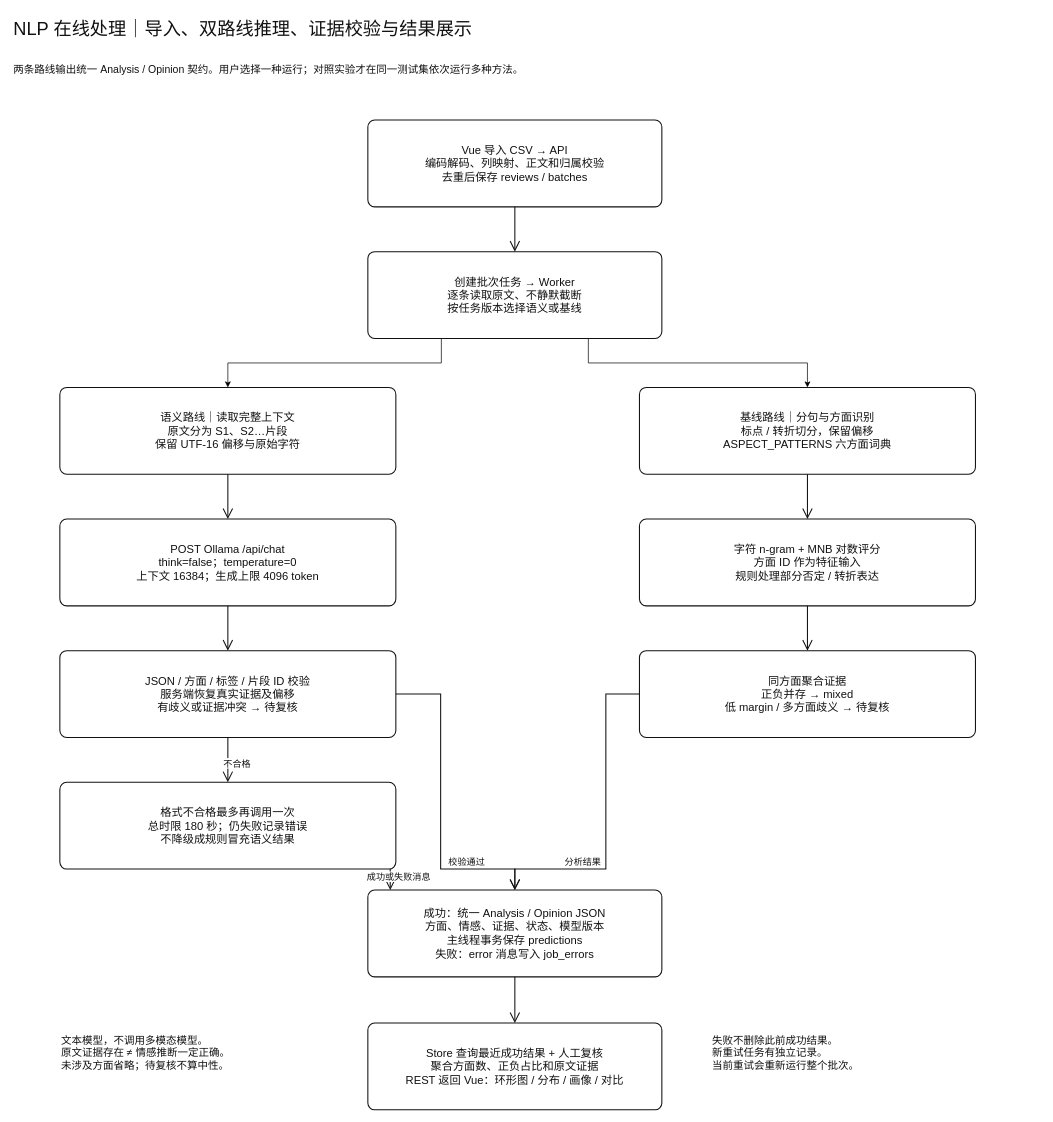
Before: page "01 NLP 在线分析流程" (1 of 3) of ear-review/docs/架构图/NLP核心功能与双模型流程.drawio in Tindra-Wang/ear-review, a draw.io diagram. Source tidied: cells renumbered, new cells numbered last; positions are measured from the earlier drawing's top-left corner, leaving out a move shared by most shapes. Both pictures are drawn from the tidied source at 70%, with x=0, y=0 at pixel (12, 12).
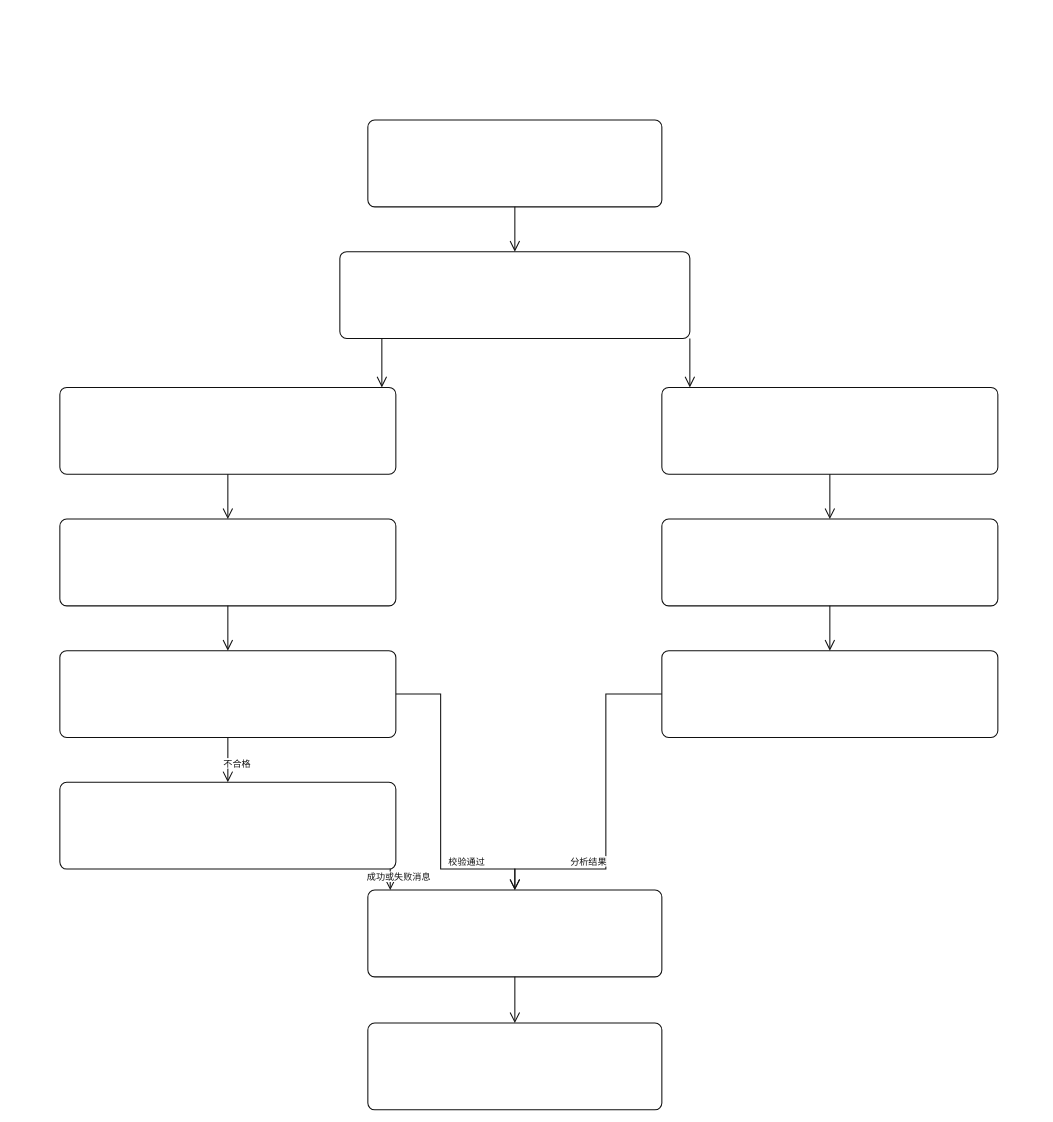
The same page after the edit.

What changed in the source:
```diff
@@
-    <mxCell id="2" value="NLP 在线处理｜导入、双路线推理、证据校验与结果展示" style="text;html=1;whiteSpace=wrap;labelBackgroundColor=none;fillColor=none;strokeColor=none;strokeWidth=0;fontColor=#111111;fontSize=26;fontFamily=Microsoft YaHei;align=left;verticalAlign=middle;" parent="1" vertex="1">
+    <mxCell id="2" style="text;html=1;whiteSpace=wrap;labelBackgroundColor=none;fillColor=none;strokeColor=none;strokeWidth=0;fontColor=#111111;fontSize=26;fontFamily=Microsoft YaHei;align=left;verticalAlign=middle;" parent="1" vertex="1">
       <mxGeometry width="1470" height="48" as="geometry" />
     </mxCell>
-    <mxCell id="3" value="两条路线输出统一 Analysis / Opinion 契约。用户选择一种运行；对照实验才在同一测试集依次运行多种方法。" style="text;html=1;whiteSpace=wrap;labelBackgroundColor=none;fillColor=none;strokeColor=none;strokeWidth=0;fontColor=#111111;fontSize=15;fontFamily=Microsoft YaHei;align=left;verticalAlign=middle;" parent="1" vertex="1">
+    <mxCell id="3" style="text;html=1;whiteSpace=wrap;labelBackgroundColor=none;fillColor=none;strokeColor=none;strokeWidth=0;fontColor=#111111;fontSize=15;fontFamily=Microsoft YaHei;align=left;verticalAlign=middle;" parent="1" vertex="1">
       <mxGeometry y="56" width="1470" height="50" as="geometry" />
     </mxCell>
-    <mxCell id="4" value="Vue 导入 CSV → API&lt;br&gt;编码解码、列映射、正文和归属校验&lt;br&gt;去重后保存 reviews / batches" style="rounded=1;arcSize=8;html=1;whiteSpace=wrap;fillColor=#ffffff;strokeColor=#111111;strokeWidth=1.5;fontColor=#111111;fontSize=16;fontFamily=Microsoft YaHei;verticalAlign=middle;align=center;" parent="1" vertex="1">
+    <mxCell id="4" style="rounded=1;arcSize=8;html=1;whiteSpace=wrap;fillColor=#ffffff;strokeColor=#111111;strokeWidth=1.5;fontColor=#111111;fontSize=16;fontFamily=Microsoft YaHei;verticalAlign=middle;align=center;" parent="1" vertex="1">
       <mxGeometry x="508" y="154" width="420" height="124" as="geometry" />
     </mxCell>
-    <mxCell id="5" style="edgeStyle=orthogonalEdgeStyle;rounded=0;jettySize=auto;html=1;exitX=0.75;exitY=1;exitDx=0;exitDy=0;" parent="1" edge="1" source="7" target="9">
-      <mxGeometry relative="1" as="geometry" />
-    </mxCell>
-    <mxCell id="6" style="edgeStyle=orthogonalEdgeStyle;rounded=0;jettySize=auto;html=1;exitX=0.25;exitY=1;exitDx=0;exitDy=0;entryX=0.5;entryY=0;entryDx=0;entryDy=0;" parent="1" edge="1" source="7" target="8">
-      <mxGeometry relative="1" as="geometry" />
-    </mxCell>
-    <mxCell id="7" value="创建批次任务 → Worker&lt;br&gt;逐条读取原文、不静默截断&lt;br&gt;按任务版本选择语义或基线" style="rounded=1;arcSize=8;html=1;whiteSpace=wrap;fillColor=#ffffff;strokeColor=#111111;strokeWidth=1.5;fontColor=#111111;fontSize=16;fontFamily=Microsoft YaHei;verticalAlign=middle;align=center;" parent="1" vertex="1">
-      <mxGeometry x="508" y="342" width="420" height="124" as="geometry" />
+    <mxCell id="7" style="rounded=1;arcSize=8;html=1;whiteSpace=wrap;fillColor=#ffffff;strokeColor=#111111;strokeWidth=1.5;fontColor=#111111;fontSize=16;fontFamily=Microsoft YaHei;verticalAlign=middle;align=center;" parent="1" vertex="1">
+      <mxGeometry x="468" y="342" width="500" height="124" as="geometry" />
     </mxCell>
-    <mxCell id="8" value="语义路线｜读取完整上下文&lt;br&gt;原文分为 S1、S2…片段&lt;br&gt;保留 UTF-16 偏移与原始字符" style="rounded=1;arcSize=8;html=1;whiteSpace=wrap;fillColor=#ffffff;strokeColor=#111111;strokeWidth=1.5;fontColor=#111111;fontSize=16;fontFamily=Microsoft YaHei;verticalAlign=middle;align=center;" parent="1" vertex="1">
+    <mxCell id="8" style="rounded=1;arcSize=8;html=1;whiteSpace=wrap;fillColor=#ffffff;strokeColor=#111111;strokeWidth=1.5;fontColor=#111111;fontSize=16;fontFamily=Microsoft YaHei;verticalAlign=middle;align=center;" parent="1" vertex="1">
       <mxGeometry x="68" y="536" width="480" height="124" as="geometry" />
     </mxCell>
-    <mxCell id="9" value="基线路线｜分句与方面识别&lt;br&gt;标点 / 转折切分，保留偏移&lt;br&gt;ASPECT_PATTERNS 六方面词典" style="rounded=1;arcSize=8;html=1;whiteSpace=wrap;fillColor=#ffffff;strokeColor=#111111;strokeWidth=1.5;fontColor=#111111;fontSize=16;fontFamily=Microsoft YaHei;verticalAlign=middle;align=center;" parent="1" vertex="1">
-      <mxGeometry x="896" y="536" width="480" height="124" as="geometry" />
+    <mxCell id="9" style="rounded=1;arcSize=8;html=1;whiteSpace=wrap;fillColor=#ffffff;strokeColor=#111111;strokeWidth=1.5;fontColor=#111111;fontSize=16;fontFamily=Microsoft YaHei;verticalAlign=middle;align=center;" parent="1" vertex="1">
+      <mxGeometry x="928" y="536" width="480" height="124" as="geometry" />
     </mxCell>
-    <mxCell id="10" value="POST Ollama /api/chat&lt;br&gt;think=false；temperature=0&lt;br&gt;上下文 16384；生成上限 4096 token" style="rounded=1;arcSize=8;html=1;whiteSpace=wrap;fillColor=#ffffff;strokeColor=#111111;strokeWidth=1.5;fontColor=#111111;fontSize=16;fontFamily=Microsoft YaHei;verticalAlign=middle;align=center;" parent="1" vertex="1">
+    <mxCell id="10" style="rounded=1;arcSize=8;html=1;whiteSpace=wrap;fillColor=#ffffff;strokeColor=#111111;strokeWidth=1.5;fontColor=#111111;fontSize=16;fontFamily=Microsoft YaHei;verticalAlign=middle;align=center;" parent="1" vertex="1">
       <mxGeometry x="68" y="724" width="480" height="124" as="geometry" />
     </mxCell>
-    <mxCell id="11" value="字符 n-gram + MNB 对数评分&lt;br&gt;方面 ID 作为特征输入&lt;br&gt;规则处理部分否定 / 转折表达" style="rounded=1;arcSize=8;html=1;whiteSpace=wrap;fillColor=#ffffff;strokeColor=#111111;strokeWidth=1.5;fontColor=#111111;fontSize=16;fontFamily=Microsoft YaHei;verticalAlign=middle;align=center;" parent="1" vertex="1">
-      <mxGeometry x="896" y="724" width="480" height="124" as="geometry" />
+    <mxCell id="11" style="rounded=1;arcSize=8;html=1;whiteSpace=wrap;fillColor=#ffffff;strokeColor=#111111;strokeWidth=1.5;fontColor=#111111;fontSize=16;fontFamily=Microsoft YaHei;verticalAlign=middle;align=center;" parent="1" vertex="1">
+      <mxGeometry x="928" y="724" width="480" height="124" as="geometry" />
     </mxCell>
-    <mxCell id="12" value="JSON / 方面 / 标签 / 片段 ID 校验&lt;br&gt;服务端恢复真实证据及偏移&lt;br&gt;有歧义或证据冲突 → 待复核" style="rounded=1;arcSize=8;html=1;whiteSpace=wrap;fillColor=#ffffff;strokeColor=#111111;strokeWidth=1.5;fontColor=#111111;fontSize=16;fontFamily=Microsoft YaHei;verticalAlign=middle;align=center;" parent="1" vertex="1">
+    <mxCell id="12" style="rounded=1;arcSize=8;html=1;whiteSpace=wrap;fillColor=#ffffff;strokeColor=#111111;strokeWidth=1.5;fontColor=#111111;fontSize=16;fontFamily=Microsoft YaHei;verticalAlign=middle;align=center;" parent="1" vertex="1">
       <mxGeometry x="68" y="912" width="480" height="124" as="geometry" />
     </mxCell>
-    <mxCell id="13" value="同方面聚合证据&lt;br&gt;正负并存 → mixed&lt;br&gt;低 margin / 多方面歧义 → 待复核" style="rounded=1;arcSize=8;html=1;whiteSpace=wrap;fillColor=#ffffff;strokeColor=#111111;strokeWidth=1.5;fontColor=#111111;fontSize=16;fontFamily=Microsoft YaHei;verticalAlign=middle;align=center;" parent="1" vertex="1">
-      <mxGeometry x="896" y="912" width="480" height="124" as="geometry" />
+    <mxCell id="13" style="rounded=1;arcSize=8;html=1;whiteSpace=wrap;fillColor=#ffffff;strokeColor=#111111;strokeWidth=1.5;fontColor=#111111;fontSize=16;fontFamily=Microsoft YaHei;verticalAlign=middle;align=center;" parent="1" vertex="1">
+      <mxGeometry x="928" y="912" width="480" height="124" as="geometry" />
     </mxCell>
-    <mxCell id="14" value="格式不合格最多再调用一次&lt;br&gt;总时限 180 秒；仍失败记录错误&lt;br&gt;不降级成规则冒充语义结果" style="rounded=1;arcSize=8;html=1;whiteSpace=wrap;fillColor=#ffffff;strokeColor=#111111;strokeWidth=1.5;fontColor=#111111;fontSize=16;fontFamily=Microsoft YaHei;verticalAlign=middle;align=center;" parent="1" vertex="1">
+    <mxCell id="14" style="rounded=1;arcSize=8;html=1;whiteSpace=wrap;fillColor=#ffffff;strokeColor=#111111;strokeWidth=1.5;fontColor=#111111;fontSize=16;fontFamily=Microsoft YaHei;verticalAlign=middle;align=center;" parent="1" vertex="1">
       <mxGeometry x="68" y="1100" width="480" height="124" as="geometry" />
     </mxCell>
-    <mxCell id="15" value="成功：统一 Analysis / Opinion JSON&lt;br&gt;方面、情感、证据、状态、模型版本&lt;br&gt;主线程事务保存 predictions&lt;br&gt;失败：error 消息写入 job_errors" style="rounded=1;arcSize=8;html=1;whiteSpace=wrap;fillColor=#ffffff;strokeColor=#111111;strokeWidth=1.5;fontColor=#111111;fontSize=16;fontFamily=Microsoft YaHei;verticalAlign=middle;align=center;" parent="1" vertex="1">
+    <mxCell id="15" style="rounded=1;arcSize=8;html=1;whiteSpace=wrap;fillColor=#ffffff;strokeColor=#111111;strokeWidth=1.5;fontColor=#111111;fontSize=16;fontFamily=Microsoft YaHei;verticalAlign=middle;align=center;" parent="1" vertex="1">
       <mxGeometry x="508" y="1254" width="420" height="124" as="geometry" />
     </mxCell>
-    <mxCell id="16" value="Store 查询最近成功结果 + 人工复核&lt;br&gt;聚合方面数、正负占比和原文证据&lt;br&gt;REST 返回 Vue：环形图 / 分布 / 画像 / 对比" style="rounded=1;arcSize=8;html=1;whiteSpace=wrap;fillColor=#ffffff;strokeColor=#111111;strokeWidth=1.5;fontColor=#111111;fontSize=16;fontFamily=Microsoft YaHei;verticalAlign=middle;align=center;" parent="1" vertex="1">
+    <mxCell id="16" style="rounded=1;arcSize=8;html=1;whiteSpace=wrap;fillColor=#ffffff;strokeColor=#111111;strokeWidth=1.5;fontColor=#111111;fontSize=16;fontFamily=Microsoft YaHei;verticalAlign=middle;align=center;" parent="1" vertex="1">
       <mxGeometry x="508" y="1444" width="420" height="124" as="geometry" />
     </mxCell>
-    <mxCell id="17" value="文本模型，不调用多模态模型。&lt;br&gt;原文证据存在 ≠ 情感推断一定正确。&lt;br&gt;未涉及方面省略；待复核不算中性。" style="text;html=1;whiteSpace=wrap;labelBackgroundColor=none;fillColor=none;strokeColor=none;strokeWidth=0;fontColor=#111111;fontSize=15;fontFamily=Microsoft YaHei;align=left;verticalAlign=middle;" parent="1" vertex="1">
+    <mxCell id="17" style="text;html=1;whiteSpace=wrap;labelBackgroundColor=none;fillColor=none;strokeColor=none;strokeWidth=0;fontColor=#111111;fontSize=15;fontFamily=Microsoft YaHei;align=left;verticalAlign=middle;" parent="1" vertex="1">
       <mxGeometry x="68" y="1424" width="380" height="124" as="geometry" />
     </mxCell>
-    <mxCell id="18" value="失败不删除此前成功结果。&lt;br&gt;新重试任务有独立记录。&lt;br&gt;当前重试会重新运行整个批次。" style="text;html=1;whiteSpace=wrap;labelBackgroundColor=none;fillColor=none;strokeColor=none;strokeWidth=0;fontColor=#111111;fontSize=15;fontFamily=Microsoft YaHei;align=left;verticalAlign=middle;" parent="1" vertex="1">
+    <mxCell id="18" style="text;html=1;whiteSpace=wrap;labelBackgroundColor=none;fillColor=none;strokeColor=none;strokeWidth=0;fontColor=#111111;fontSize=15;fontFamily=Microsoft YaHei;align=left;verticalAlign=middle;" parent="1" vertex="1">
       <mxGeometry x="998" y="1424" width="410" height="124" as="geometry" />
     </mxCell>
@@
+    <mxCell id="6" style="edgeStyle=orthogonalEdgeStyle;rounded=0;jettySize=auto;html=1;strokeColor=#111111;strokeWidth=1.5;endArrow=open;endFill=0;endSize=12;exitX=0.12;exitY=1;exitDx=0;exitDy=0;entryX=0.9583333333333334;entryY=0;entryDx=0;entryDy=0;jumpStyle=arc;jumpSize=8;" parent="1" edge="1" source="7" target="8">
+      <mxGeometry relative="1" as="geometry" />
+    </mxCell>
+    <mxCell id="5" style="edgeStyle=orthogonalEdgeStyle;rounded=0;jettySize=auto;html=1;strokeColor=#111111;strokeWidth=1.5;endArrow=open;endFill=0;endSize=12;exitX=1;exitY=1;exitDx=0;exitDy=0;entryX=0.08333333333333333;entryY=0;entryDx=0;entryDy=0;jumpStyle=arc;jumpSize=8;" parent="1" edge="1" source="7" target="9">
+      <mxGeometry relative="1" as="geometry" />
+    </mxCell>
@@
+    <mxCell id="26" style="edgeStyle=orthogonalEdgeStyle;rounded=0;jettySize=auto;html=1;strokeColor=#111111;strokeWidth=1.5;endArrow=open;endFill=0;endSize=12;jumpStyle=arc;jumpSize=8;" parent="1" edge="1" source="12" target="15">
+      <mxGeometry relative="1" as="geometry">
+        <Array as="points">
+          <mxPoint x="612" y="974" />
+          <mxPoint x="612" y="1224" />
+          <mxPoint x="718" y="1224" />
+        </Array>
+      </mxGeometry>
+    </mxCell>
+    <mxCell id="28" style="edgeStyle=orthogonalEdgeStyle;rounded=0;jettySize=auto;html=1;strokeColor=#111111;strokeWidth=1.5;endArrow=open;endFill=0;endSize=12;exitX=0.9833;exitY=1;exitDx=0;exitDy=0;entryX=0.0762;entryY=0;entryDx=0;entryDy=0;jumpStyle=arc;jumpSize=8;" parent="1" edge="1" source="14" target="15">
+      <mxGeometry relative="1" as="geometry" />
+    </mxCell>
+    <mxCell id="30" style="edgeStyle=orthogonalEdgeStyle;rounded=0;jettySize=auto;html=1;strokeColor=#111111;strokeWidth=1.5;endArrow=open;endFill=0;endSize=12;jumpStyle=arc;jumpSize=8;" parent="1" edge="1" source="13" target="15">
+      <mxGeometry relative="1" as="geometry">
+        <Array as="points">
+          <mxPoint x="848" y="974" />
+          <mxPoint x="848" y="1224" />
+          <mxPoint x="718" y="1224" />
+        </Array>
+      </mxGeometry>
+    </mxCell>
+    <mxCell id="32" style="edgeStyle=orthogonalEdgeStyle;rounded=0;jettySize=auto;html=1;strokeColor=#111111;strokeWidth=1.5;endArrow=open;endFill=0;endSize=12;exitX=0.5;exitY=1;exitDx=0;exitDy=0;entryX=0.5;entryY=0;entryDx=0;entryDy=0;jumpStyle=arc;jumpSize=8;" parent="1" edge="1" source="15" target="16">
+      <mxGeometry relative="1" as="geometry" />
+    </mxCell>
@@
-    <mxCell id="26" style="edgeStyle=orthogonalEdgeStyle;rounded=0;jettySize=auto;html=1;strokeColor=#111111;strokeWidth=1.5;endArrow=open;endFill=0;endSize=12;jumpStyle=arc;jumpSize=8;" parent="1" edge="1" source="12" target="15">
-      <mxGeometry relative="1" as="geometry">
-        <Array as="points">
-          <mxPoint x="612" y="974" />
-          <mxPoint x="612" y="1224" />
-          <mxPoint x="718" y="1224" />
-        </Array>
-      </mxGeometry>
-    </mxCell>
@@
-    <mxCell id="28" style="edgeStyle=orthogonalEdgeStyle;rounded=0;jettySize=auto;html=1;strokeColor=#111111;strokeWidth=1.5;endArrow=open;endFill=0;endSize=12;exitX=0.9833;exitY=1;exitDx=0;exitDy=0;entryX=0.0762;entryY=0;entryDx=0;entryDy=0;jumpStyle=arc;jumpSize=8;" parent="1" edge="1" source="14" target="15">
-      <mxGeometry relative="1" as="geometry" />
-    </mxCell>
@@
-    <mxCell id="30" style="edgeStyle=orthogonalEdgeStyle;rounded=0;jettySize=auto;html=1;strokeColor=#111111;strokeWidth=1.5;endArrow=open;endFill=0;endSize=12;jumpStyle=arc;jumpSize=8;" parent="1" edge="1" source="13" target="15">
-      <mxGeometry relative="1" as="geometry">
-        <Array as="points">
-          <mxPoint x="848" y="974" />
-          <mxPoint x="848" y="1224" />
-          <mxPoint x="718" y="1224" />
-        </Array>
-      </mxGeometry>
-    </mxCell>
@@
-    <mxCell id="32" style="edgeStyle=orthogonalEdgeStyle;rounded=0;jettySize=auto;html=1;strokeColor=#111111;strokeWidth=1.5;endArrow=open;endFill=0;endSize=12;exitX=0.5;exitY=1;exitDx=0;exitDy=0;entryX=0.5;entryY=0;entryDx=0;entryDy=0;jumpStyle=arc;jumpSize=8;" parent="1" edge="1" source="15" target="16">
-      <mxGeometry relative="1" as="geometry" />
-    </mxCell>
```
